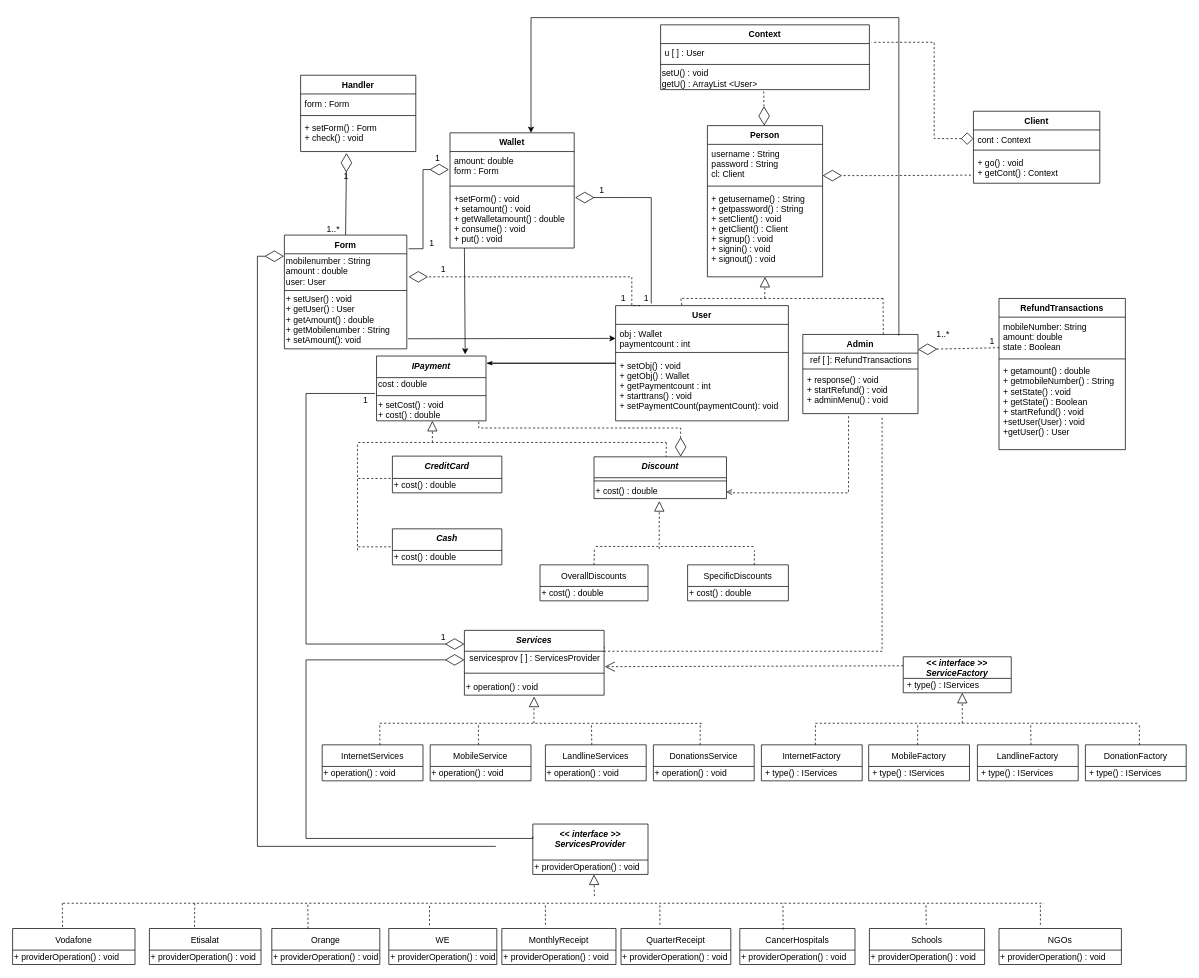
Before: Fawry_Services_Class_Diagram.drawio in Bisho-George/fawry-services, a draw.io diagram. Source tidied: cells renumbered, new cells numbered last; positions are measured from the earlier drawing's top-left corner, leaving out a move shared by most shapes. Both pictures are drawn from the tidied source at 72%, with x=0, y=0 at pixel (12, 17).
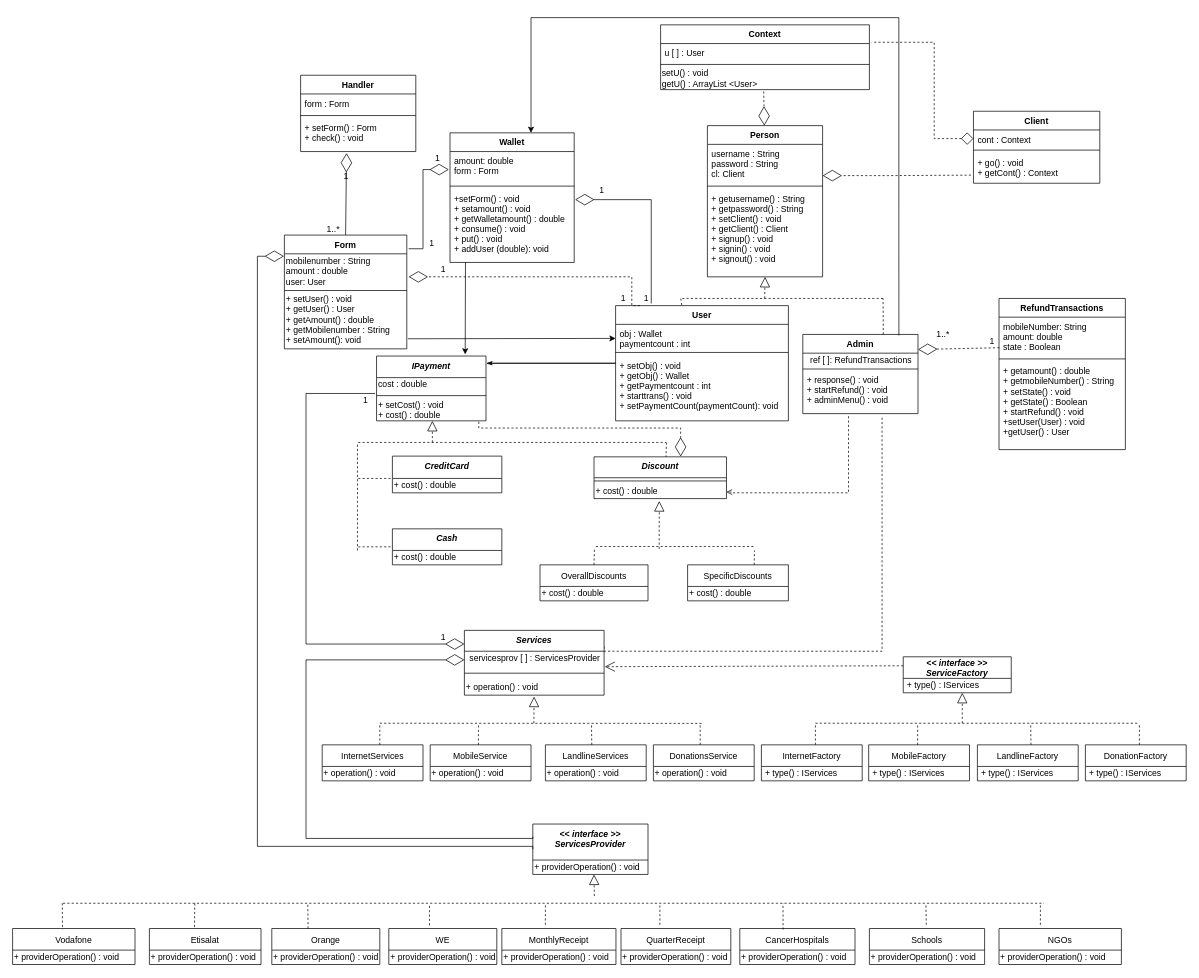
The same diagram, later.

Commit message:
updating class diagram

Unchanged cells that the change refers to:
```xml
<mxCell id="90" value="mobilenumber : String&lt;br&gt;amount : double&lt;br&gt;user: User" style="text;html=1;align=left;verticalAlign=middle;points=[];strokeColor=none;fillColor=none;" parent="89" vertex="1">
  <mxGeometry y="26" width="170" height="50" as="geometry" />
</mxCell>
<mxCell id="95" value="&lt;&lt; interface &gt;&gt;&#10;ServicesProvider" style="swimlane;fontStyle=3;align=center;verticalAlign=top;horizontal=1;startSize=50;" parent="1" vertex="1">
  <mxGeometry x="722.5" y="1120" width="160" height="70" as="geometry" />
</mxCell>
<mxCell id="136" value="IPayment" style="swimlane;fontStyle=3;align=center;verticalAlign=top;horizontal=1;startSize=30;" parent="1" vertex="1">
  <mxGeometry x="505.5" y="470" width="152" height="90" as="geometry" />
</mxCell>
```

The edit, as a diff of the source:
```diff
@@
     <mxCell id="69" value="Wallet" style="swimlane;fontStyle=1;align=center;verticalAlign=top;horizontal=1;startSize=26;" parent="1" vertex="1">
-      <mxGeometry x="607.5" y="160" width="172.5" height="160" as="geometry" />
+      <mxGeometry x="607.5" y="160" width="172.5" height="180" as="geometry" />
     </mxCell>
@@
-    <mxCell id="72" value="+setForm() : void&#10;+ setamount() : void&#10;+ getWalletamount() : double&#10;+ consume() : void&#10;+ put() : void" style="text;strokeColor=none;fillColor=none;align=left;verticalAlign=top;spacingLeft=4;spacingRight=4;overflow=hidden;points=[[0,0.5],[1,0.5]];portConstraint=eastwest;" parent="69" vertex="1">
-      <mxGeometry y="78" width="172.5" height="82" as="geometry" />
+    <mxCell id="72" value="+setForm() : void&#10;+ setamount() : void&#10;+ getWalletamount() : double&#10;+ consume() : void&#10;+ put() : void&#10;+ addUser (double): void&#10;" style="text;strokeColor=none;fillColor=none;align=left;verticalAlign=top;spacingLeft=4;spacingRight=4;overflow=hidden;points=[[0,0.5],[1,0.5]];portConstraint=eastwest;" parent="69" vertex="1">
+      <mxGeometry y="78" width="172.5" height="102" as="geometry" />
     </mxCell>
@@
     <mxCell id="149" style="endArrow=classic;html=1;rounded=0;targetPerimeterSpacing=0;entryX=0.81;entryY=-0.025;entryDx=0;entryDy=0;entryPerimeter=0;" parent="1" edge="1" target="136">
       <mxGeometry relative="1" as="geometry">
-        <mxPoint x="627.5" y="320" as="sourcePoint" />
+        <mxPoint x="629" y="340" as="sourcePoint" />
       </mxGeometry>
     </mxCell>
@@
-    <mxCell id="162" style="endArrow=diamondThin;endFill=0;endSize=24;html=1;rounded=0;edgeStyle=orthogonalEdgeStyle;entryX=-0.003;entryY=0.068;entryDx=0;entryDy=0;entryPerimeter=0;" parent="1" edge="1" target="90">
+    <mxCell id="162" style="endArrow=diamondThin;endFill=0;endSize=24;html=1;rounded=0;edgeStyle=orthogonalEdgeStyle;entryX=-0.003;entryY=0.068;entryDx=0;entryDy=0;entryPerimeter=0;exitX=0;exitY=0.5;exitDx=0;exitDy=0;" parent="1" edge="1" source="95" target="90">
       <mxGeometry relative="1" as="geometry">
-        <mxPoint x="671.1" y="1151" as="sourcePoint" />
         <Array as="points">
+          <mxPoint x="723" y="1151" />
           <mxPoint x="340" y="1151" />
           <mxPoint x="340" y="331" />
         </Array>
       </mxGeometry>
     </mxCell>
```
